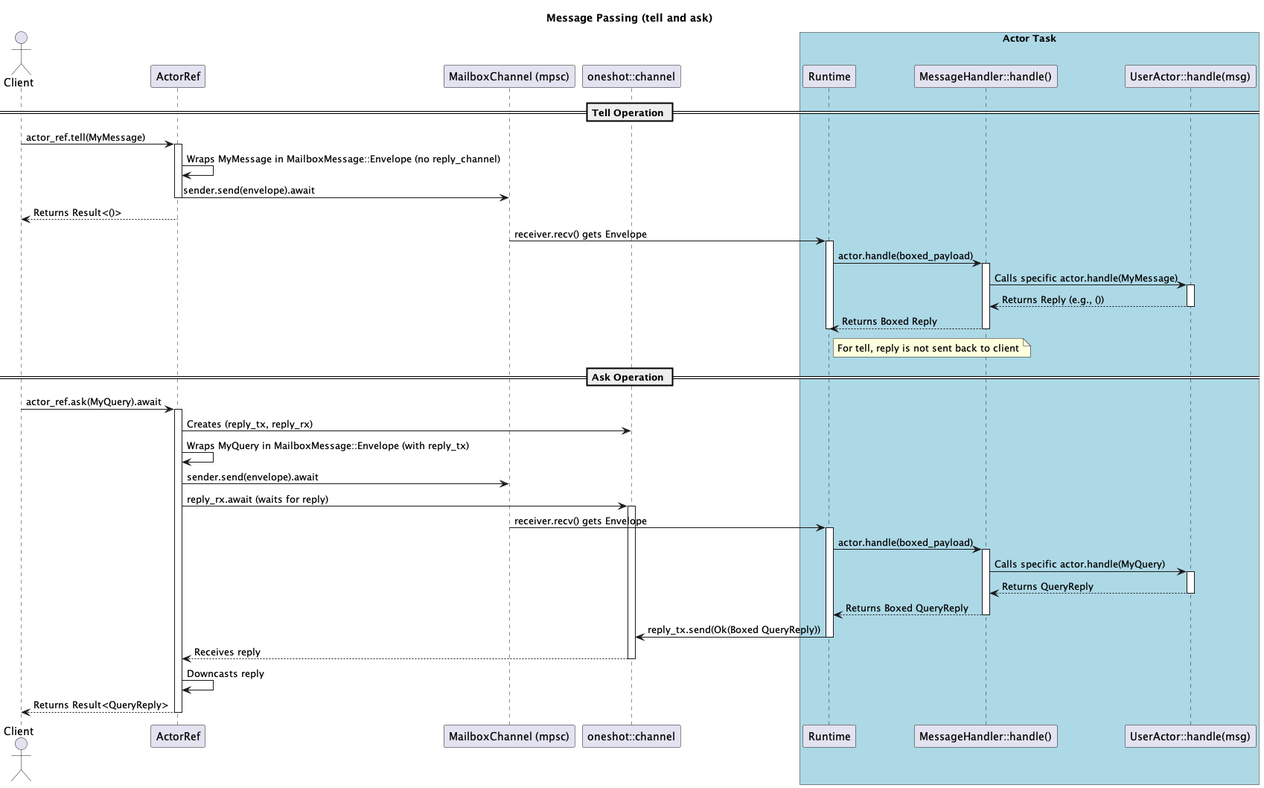
Above: docs/Message Passing.png in hiking90/rsactor (PlantUML), before the change.
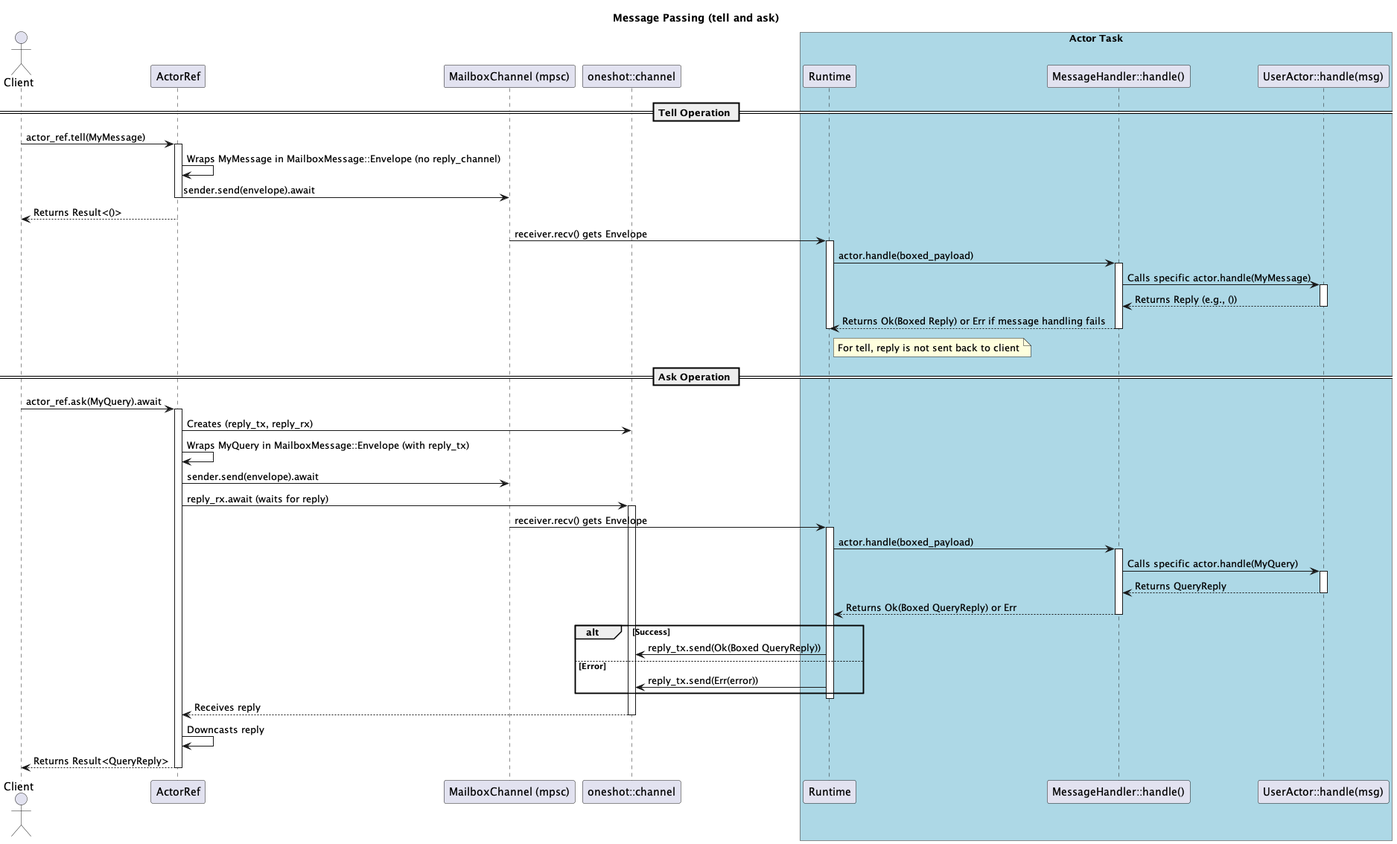
The same diagram one commit later.

What changed in the source:
```diff
@@ -31,7 +31,7 @@
 activate UserHandler
 UserHandler --> DynMsgHandler: Returns Reply (e.g., ())
 deactivate UserHandler
-DynMsgHandler --> Runtime_obj: Returns Boxed Reply
+DynMsgHandler --> Runtime_obj: Returns Ok(Boxed Reply) or Err if message handling fails
 deactivate DynMsgHandler
 note right of Runtime_obj: For tell, reply is not sent back to client
 deactivate Runtime_obj
@@ -53,10 +53,14 @@
 activate UserHandler
 UserHandler --> DynMsgHandler: Returns QueryReply
 deactivate UserHandler
-DynMsgHandler --> Runtime_obj: Returns Boxed QueryReply
+DynMsgHandler --> Runtime_obj: Returns Ok(Boxed QueryReply) or Err
 deactivate DynMsgHandler
 
-Runtime_obj -> OneshotChannel: reply_tx.send(Ok(Boxed QueryReply))
+alt Success
+  Runtime_obj -> OneshotChannel: reply_tx.send(Ok(Boxed QueryReply))
+else Error
+  Runtime_obj -> OneshotChannel: reply_tx.send(Err(error))
+end
 deactivate Runtime_obj
 OneshotChannel --> ActorRef_obj: Receives reply
 deactivate OneshotChannel
```
